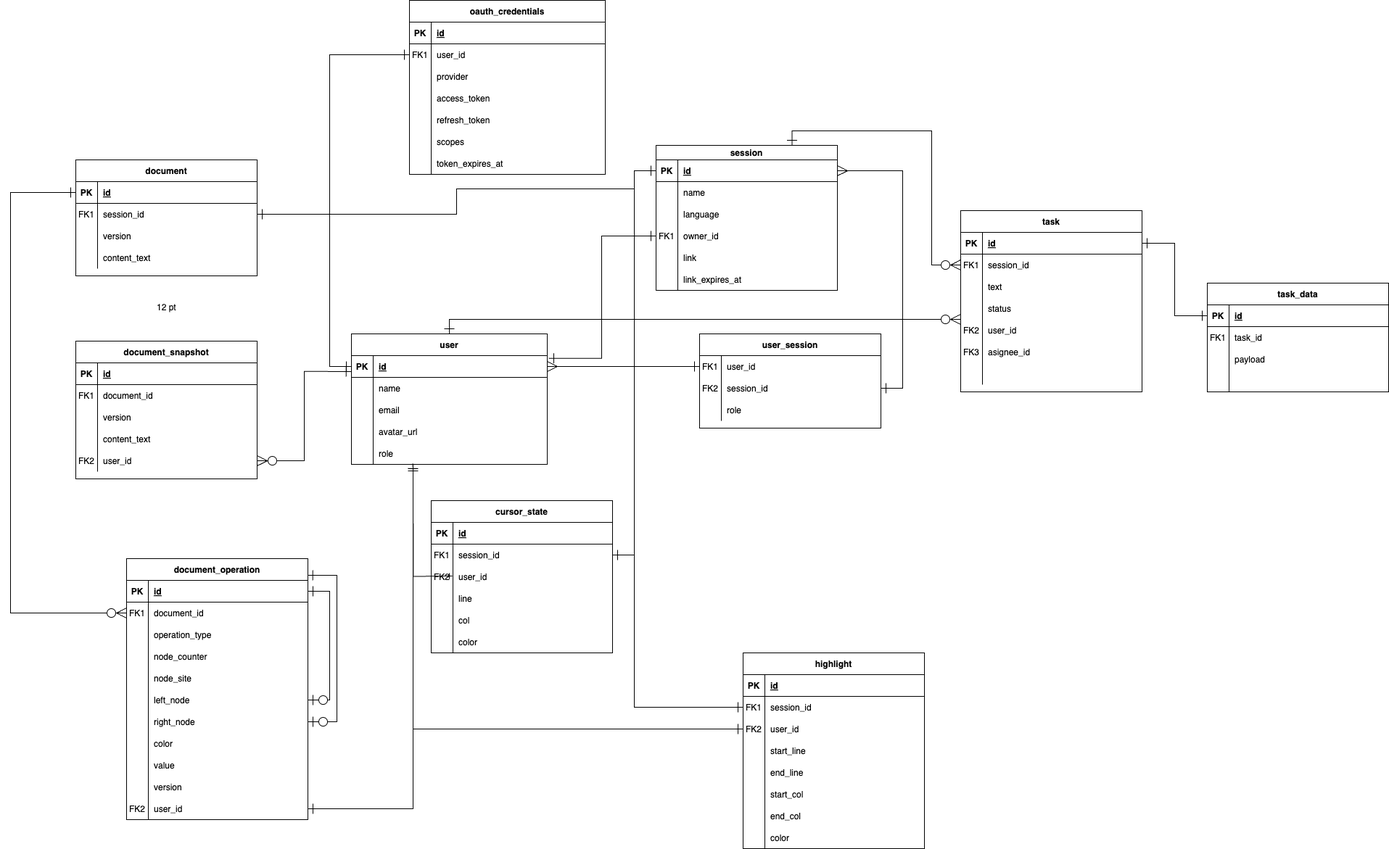
Before: docs/diagrams/ER.png, a diagram exported from draw.io (2BuRy1/information_systems_coursework). Source tidied: cells renumbered, new cells last; positions are measured from the earlier drawing's top-left corner, leaving out a move shared by most shapes.
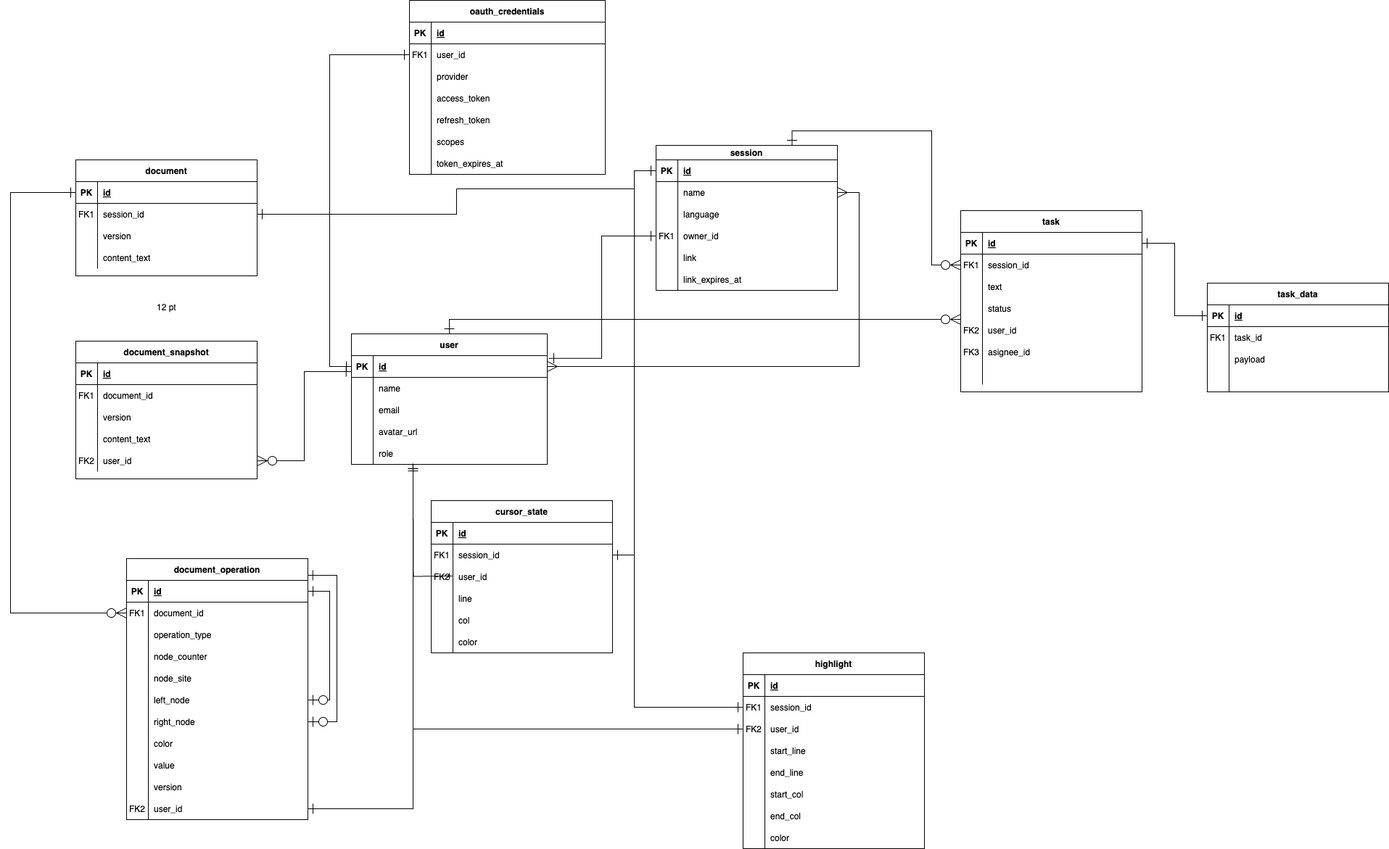
After the commit.

Diff of the diagram source:
```diff
@@ -400,36 +400,6 @@
     <mxCell id="132" value="token_expires_at" style="shape=partialRectangle;overflow=hidden;fillColor=none;top=0;left=0;bottom=0;right=0;align=left;spacingLeft=6;" parent="130" vertex="1">
       <mxGeometry x="30" width="240" height="30" as="geometry" />
     </mxCell>
-    <mxCell id="133" value="user_session" style="shape=table;startSize=30;rowLines=0;fontStyle=1;align=center;" parent="1" vertex="1">
-      <mxGeometry x="950" y="460" width="250" height="130" as="geometry" />
-    </mxCell>
-    <mxCell id="134" style="shape=partialRectangle;fillColor=none;points=[[0,0.5],[1,0.5]];portConstraint=eastwest;top=0;left=0;right=0;bottom=0;" parent="133" vertex="1">
-      <mxGeometry y="30" width="250" height="30" as="geometry" />
-    </mxCell>
-    <mxCell id="135" value="FK1" style="shape=partialRectangle;overflow=hidden;fillColor=none;top=0;left=0;bottom=0;right=0;" parent="134" vertex="1">
-      <mxGeometry width="30" height="30" as="geometry" />
-    </mxCell>
-    <mxCell id="136" value="user_id" style="shape=partialRectangle;overflow=hidden;fillColor=none;top=0;left=0;bottom=0;right=0;align=left;spacingLeft=6;" parent="134" vertex="1">
-      <mxGeometry x="30" width="220" height="30" as="geometry" />
-    </mxCell>
-    <mxCell id="137" style="shape=partialRectangle;fillColor=none;points=[[0,0.5],[1,0.5]];portConstraint=eastwest;top=0;left=0;right=0;bottom=0;" parent="133" vertex="1">
-      <mxGeometry y="60" width="250" height="30" as="geometry" />
-    </mxCell>
-    <mxCell id="138" value="FK2" style="shape=partialRectangle;overflow=hidden;fillColor=none;top=0;left=0;bottom=0;right=0;" parent="137" vertex="1">
-      <mxGeometry width="30" height="30" as="geometry" />
-    </mxCell>
-    <mxCell id="139" value="session_id" style="shape=partialRectangle;overflow=hidden;fillColor=none;top=0;left=0;bottom=0;right=0;align=left;spacingLeft=6;" parent="137" vertex="1">
-      <mxGeometry x="30" width="220" height="30" as="geometry" />
-    </mxCell>
-    <mxCell id="140" style="shape=partialRectangle;fillColor=none;top=0;left=0;right=0;bottom=0;" parent="133" vertex="1">
-      <mxGeometry y="90" width="250" height="30" as="geometry" />
-    </mxCell>
-    <mxCell id="141" style="shape=partialRectangle;overflow=hidden;fillColor=none;top=0;left=0;bottom=0;right=0;" parent="140" vertex="1">
-      <mxGeometry width="30" height="30" as="geometry" />
-    </mxCell>
-    <mxCell id="142" value="role" style="shape=partialRectangle;overflow=hidden;fillColor=none;top=0;left=0;bottom=0;right=0;align=left;spacingLeft=6;" parent="140" vertex="1">
-      <mxGeometry x="30" width="220" height="30" as="geometry" />
-    </mxCell>
     <mxCell id="143" value="session" style="shape=table;startSize=20;rowLines=0;fontStyle=1;align=center;" parent="1" vertex="1">
       <mxGeometry x="890" y="200" width="250" height="200" as="geometry" />
     </mxCell>
@@ -643,15 +613,12 @@
     <mxCell id="213" style="edgeStyle=orthogonalEdgeStyle;rounded=0;jettySize=auto;html=1;exitX=0;exitY=0.5;exitDx=0;exitDy=0;entryX=0;entryY=0.5;entryDx=0;entryDy=0;endArrow=ERone;endFill=0;startArrow=ERone;startFill=0;endSize=12;startSize=12;" parent="1" edge="1" source="115" target="16">
       <mxGeometry relative="1" as="geometry" />
     </mxCell>
-    <mxCell id="214" style="edgeStyle=orthogonalEdgeStyle;rounded=0;jettySize=auto;html=1;exitX=1;exitY=0.5;exitDx=0;exitDy=0;entryX=0;entryY=0.5;entryDx=0;entryDy=0;startArrow=ERmany;startFill=0;endArrow=ERone;endFill=0;endSize=12;startSize=12;" parent="1" edge="1" source="16" target="134">
+    <mxCell id="214" style="edgeStyle=orthogonalEdgeStyle;rounded=0;jettySize=auto;html=1;exitX=1;exitY=0.5;exitDx=0;exitDy=0;entryX=1;entryY=0.5;entryDx=0;entryDy=0;startArrow=ERmany;startFill=0;endArrow=ERmany;endFill=0;endSize=12;startSize=12;" parent="1" edge="1" source="16" target="147">
       <mxGeometry relative="1" as="geometry" />
     </mxCell>
     <mxCell id="215" style="edgeStyle=orthogonalEdgeStyle;rounded=0;jettySize=auto;html=1;exitX=0;exitY=0.5;exitDx=0;exitDy=0;entryX=1.007;entryY=0.122;entryDx=0;entryDy=0;entryPerimeter=0;endArrow=ERone;endFill=0;startArrow=ERone;startFill=0;endSize=12;startSize=12;" parent="1" edge="1" source="153" target="16">
       <mxGeometry relative="1" as="geometry" />
     </mxCell>
-    <mxCell id="216" style="edgeStyle=orthogonalEdgeStyle;rounded=0;jettySize=auto;html=1;exitX=1;exitY=0.5;exitDx=0;exitDy=0;entryX=1;entryY=0.5;entryDx=0;entryDy=0;startArrow=ERmany;startFill=0;endArrow=ERone;endFill=0;endSize=12;startSize=12;" parent="1" edge="1" source="144" target="137">
-      <mxGeometry relative="1" as="geometry" />
-    </mxCell>
     <mxCell id="217" style="edgeStyle=orthogonalEdgeStyle;rounded=0;jettySize=auto;html=1;exitX=1;exitY=0.5;exitDx=0;exitDy=0;entryX=-0.001;entryY=0.731;entryDx=0;entryDy=0;entryPerimeter=0;endArrow=ERone;endFill=0;startArrow=ERzeroToMany;startFill=0;strokeWidth=1;endSize=12;startSize=12;" parent="1" edge="1" source="175" target="16">
       <mxGeometry relative="1" as="geometry" />
     </mxCell>
```
